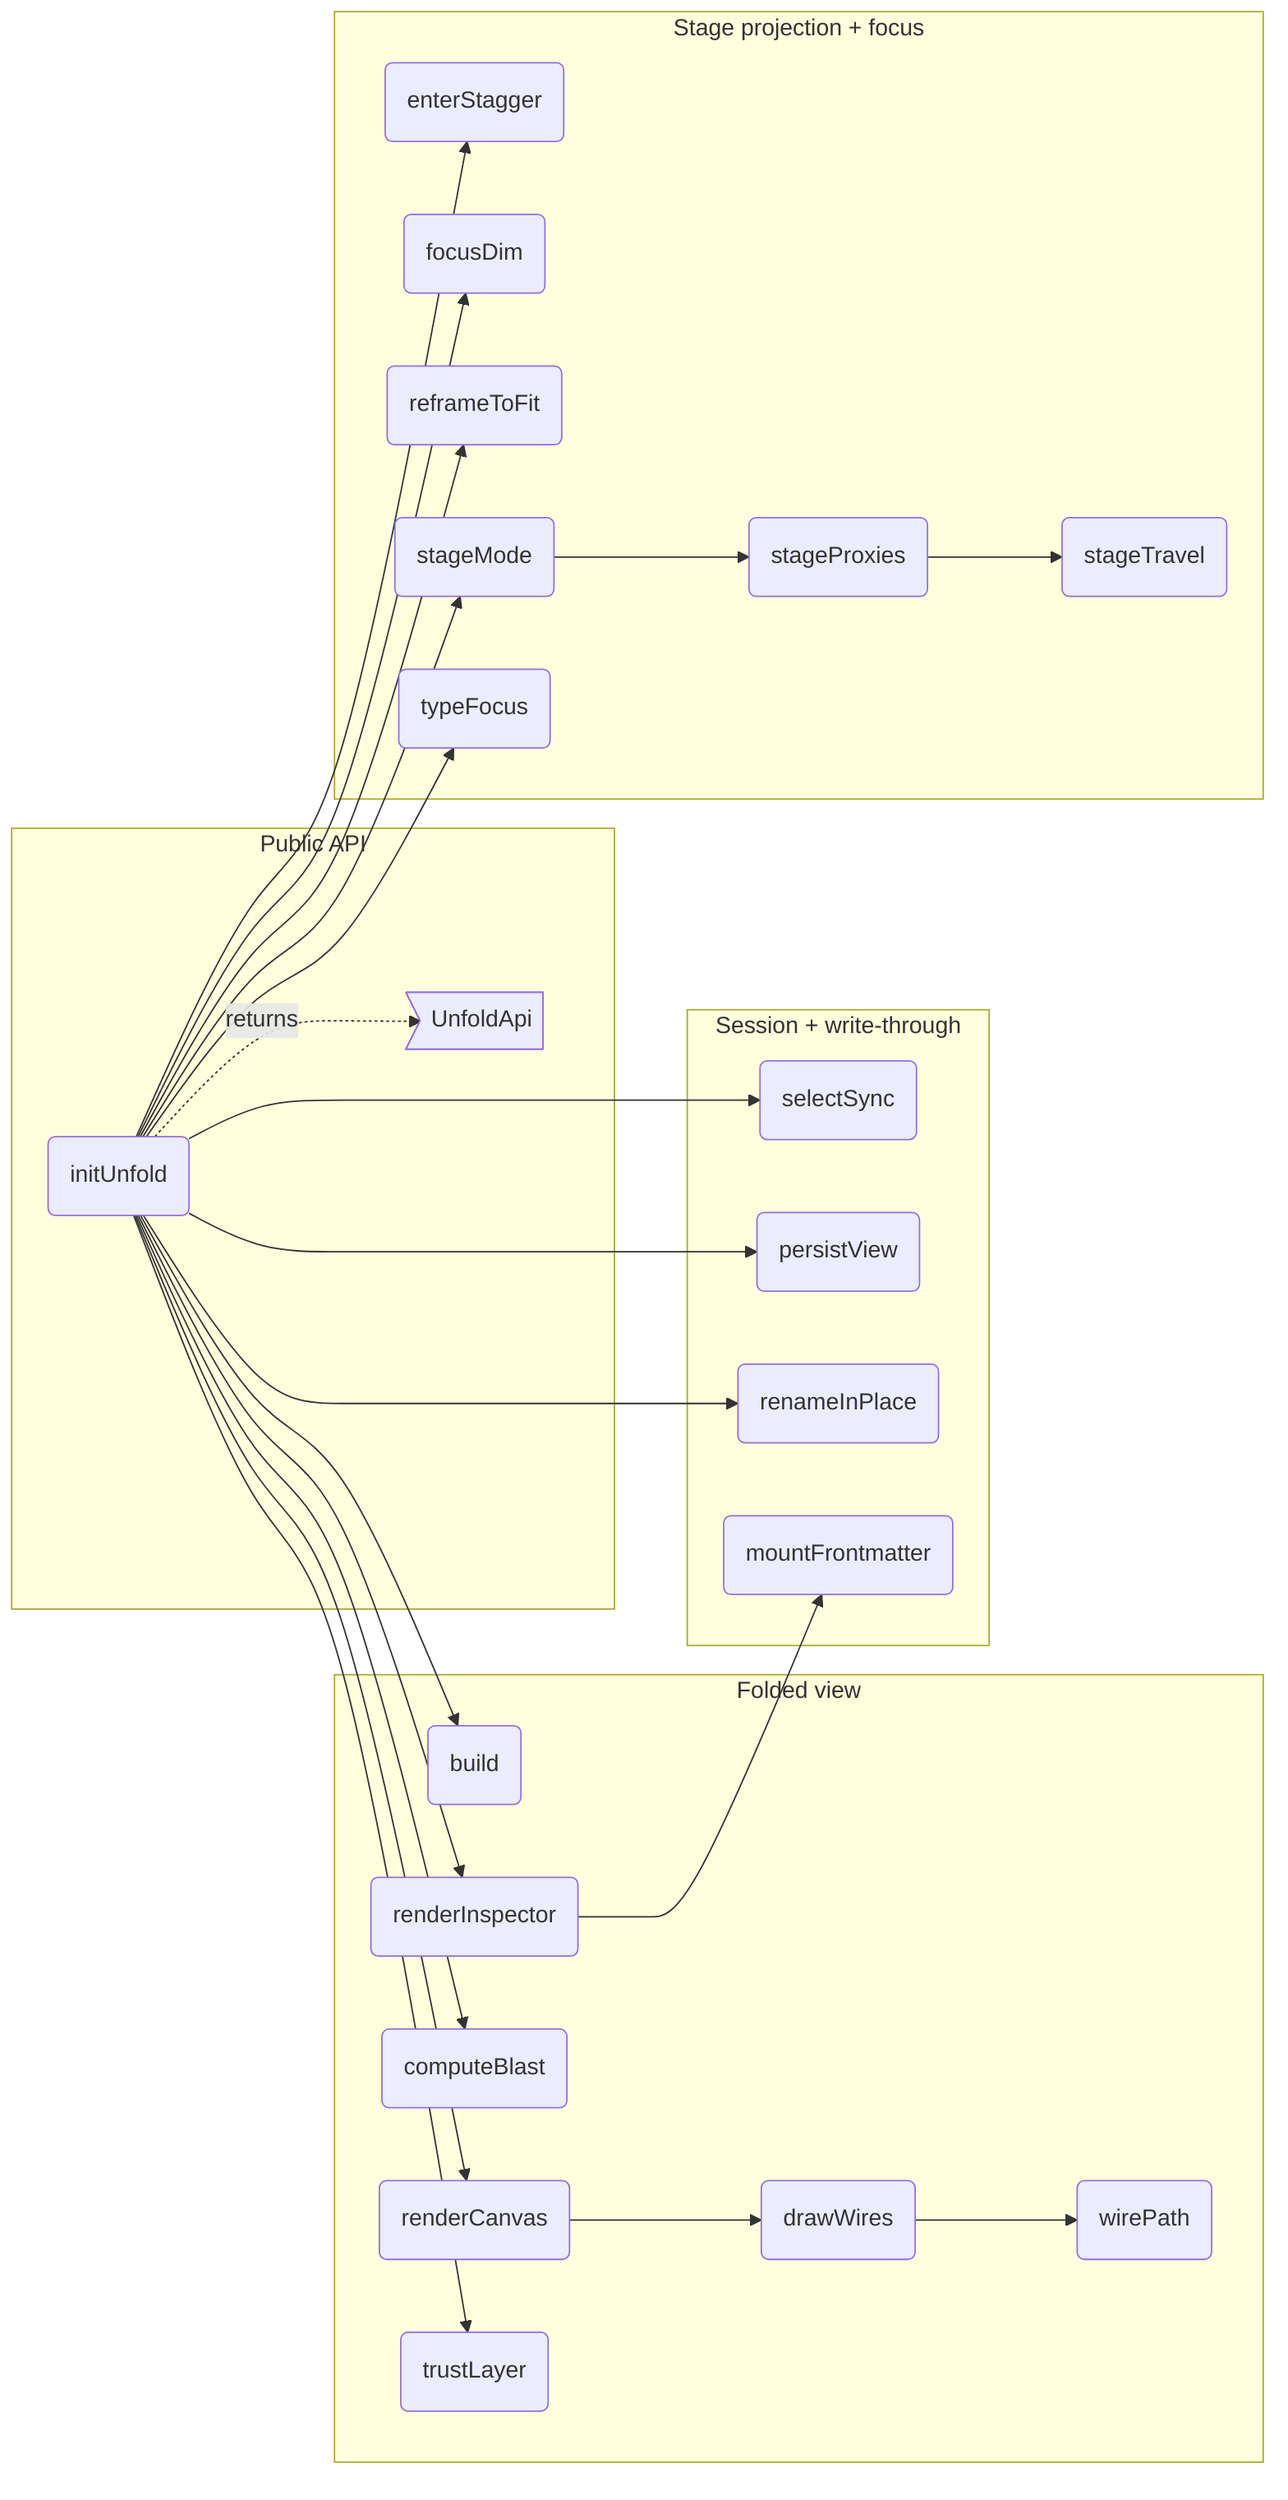
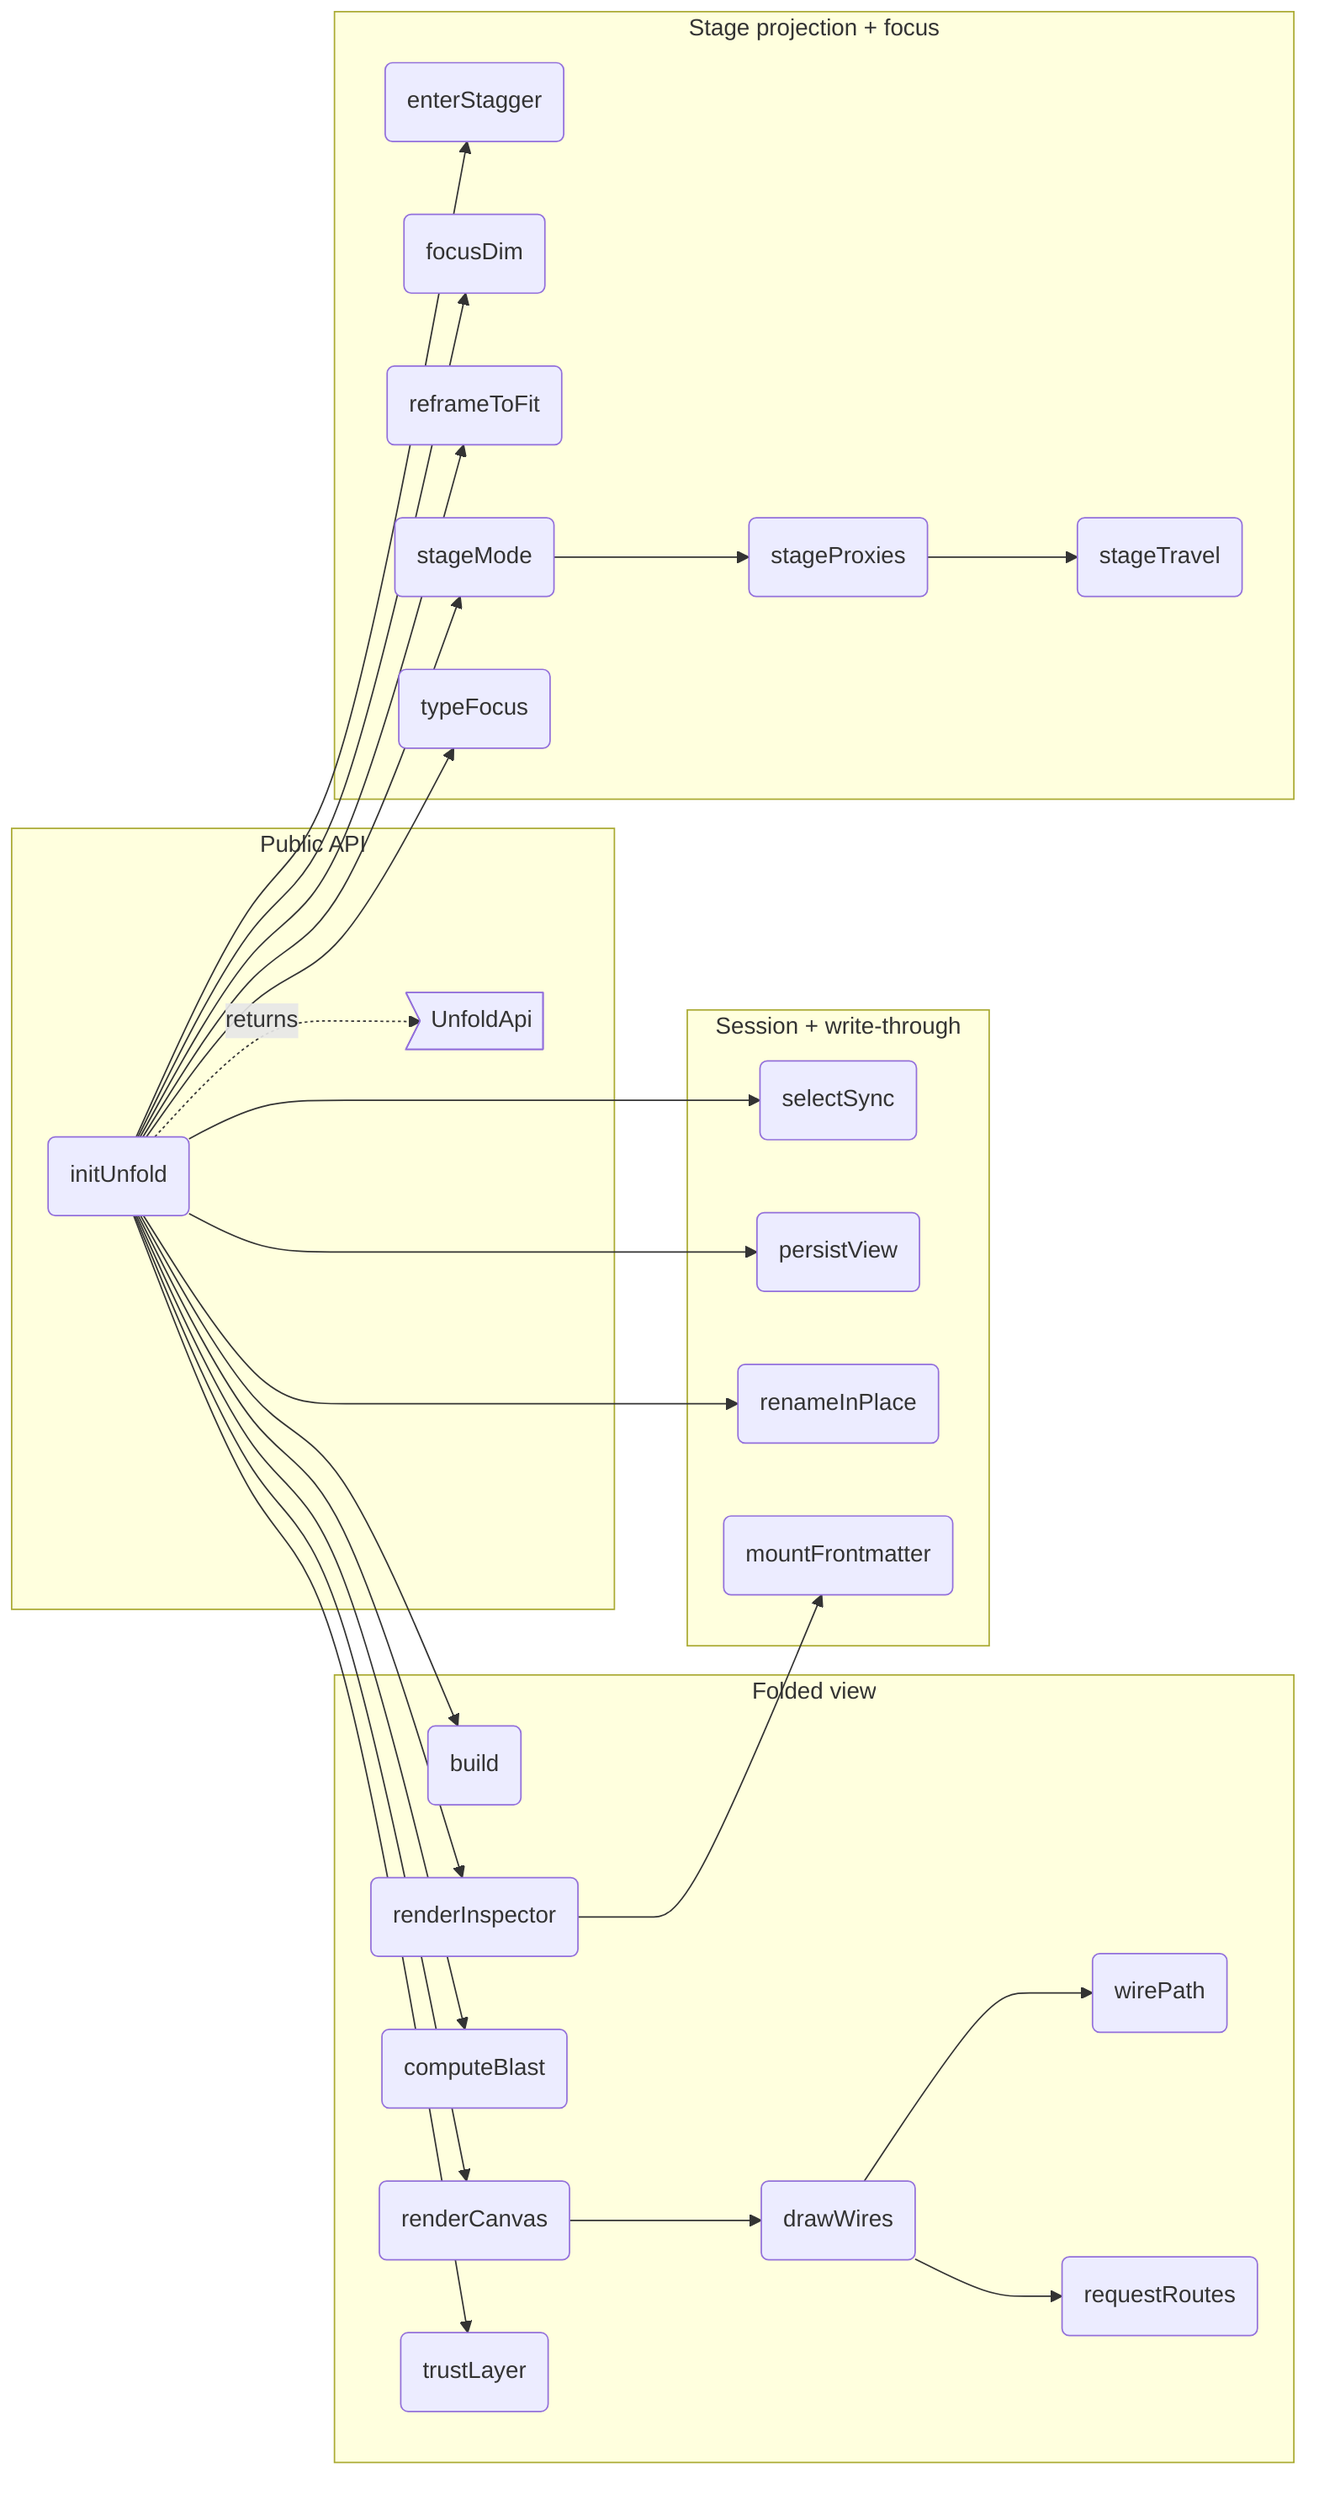
flowchart LR
%% root unfold

%% src UnfoldApi src/panel/unfold.ts#UnfoldApi
%% kind UnfoldApi type
%% fm:meta UnfoldApi name=UnfoldApi
%% fm:meta UnfoldApi desc=public surface: open, close, toggle

%% src initUnfold src/panel/unfold.ts#initUnfold
%% kind initUnfold function
%% fm:meta initUnfold name=initUnfold
%% fm:meta initUnfold desc=build the reading-mode overlay (own DOM + own CSS, the planner isolation pattern) bound to ctx; reads ctx.state + ctx.bodies, writes only through the shared hooks path
%% fm:meta initUnfold i0.name=initUnfold
%% fm:meta initUnfold i0.accepts=ctx: AppContext
%% fm:meta initUnfold i0.accepts=deps: { selection: SelectionApi; camera: CameraApi }
%% fm:meta initUnfold i0.returns=UnfoldApi

%% src ufBuild src/panel/unfold.ts#build
%% kind ufBuild function
%% fm:meta ufBuild name=build
%% fm:meta ufBuild desc=derive the folded units from ctx.state on every open: live parent wins, else the flowmap mod__rest drill convention; de-dup edges, fan-in
%% fm:meta ufBuild i0.name=build
%% fm:meta ufBuild i0.returns=void

%% src ufRenderCanvas src/panel/unfold.ts#renderCanvas
%% kind ufRenderCanvas function
%% fm:meta ufRenderCanvas name=renderCanvas
%% fm:meta ufRenderCanvas desc=render the containment roots as nested flex cards/groups; only expanded containers show their children
%% fm:meta ufRenderCanvas i0.name=renderCanvas
%% fm:meta ufRenderCanvas i0.returns=void

%% src ufDrawWires src/panel/unfold.ts#drawWires
%% kind ufDrawWires function
%% fm:meta ufDrawWires name=drawWires
%% fm:meta ufDrawWires desc=orthogonal wires aggregated to the visible representatives, gated by the calls/deps layers, painted above the group surfaces
%% fm:meta ufDrawWires i0.name=drawWires
%% fm:meta ufDrawWires i0.returns=void

%% src ufComputeBlast src/panel/unfold.ts#computeBlast
%% kind ufComputeBlast function
%% fm:meta ufComputeBlast name=computeBlast
%% fm:meta ufComputeBlast desc=reverse-BFS the transitive dependents of the selection and map them to visible cards with min hop distance
%% fm:meta ufComputeBlast i0.name=computeBlast
%% fm:meta ufComputeBlast i0.returns=void

%% src ufRenderInspector src/panel/unfold.ts#renderInspector
%% kind ufRenderInspector function
%% fm:meta ufRenderInspector name=renderInspector
%% fm:meta ufRenderInspector desc=empty until selection; then kind, crumbs, desc, interfaces, blast count, connections, and the real source body from ctx.bodies
%% fm:meta ufRenderInspector i0.name=renderInspector
%% fm:meta ufRenderInspector i0.returns=void

%% src ufEnterStagger src/panel/unfold.ts#enterStagger
%% kind ufEnterStagger function
%% fm:meta ufEnterStagger name=enterStagger
%% fm:meta ufEnterStagger desc=staggered fade-up entrance for newly-revealed cards (~55ms stagger, ~650ms expo ease); wires draw themselves in only after their cards land
%% fm:meta ufEnterStagger i0.name=enterStagger
%% fm:meta ufEnterStagger i0.returns=void

%% src ufFocusDim src/panel/unfold.ts#focusDim
%% kind ufFocusDim function
%% fm:meta ufFocusDim name=focusDim
%% fm:meta ufFocusDim desc=focus illumination without rebuild: selection glows, 1-hop neighbours stay lit, its wires carry the flow animation, everything else dims
%% fm:meta ufFocusDim i0.name=focusDim
%% fm:meta ufFocusDim i0.returns=void

%% src ufReframe src/panel/unfold.ts#reframeToFit
%% kind ufReframe function
%% fm:meta ufReframe name=reframeToFit
%% fm:meta ufReframe desc=after every structural change the world transform-scales so all visible content fits, animated ~900ms expo ease — the canvas breathes instead of demanding travel
%% fm:meta ufReframe i0.name=reframeToFit
%% fm:meta ufReframe i0.returns=void

%% src ufStageMode src/panel/unfold.ts#stageMode
%% kind ufStageMode function
%% fm:meta ufStageMode name=stageMode
%% fm:meta ufStageMode desc=second projection of the same graph: the focused group renders center-stage at readable size while the explore world blurs and fades behind; exit restores explore state exactly
%% fm:meta ufStageMode i0.name=stageMode
%% fm:meta ufStageMode i0.accepts=gid: string | null
%% fm:meta ufStageMode i0.returns=void

%% src ufProxies src/panel/unfold.ts#stageProxies
%% kind ufProxies function
%% fm:meta ufProxies name=stageProxies
%% fm:meta ufProxies desc=external edges aggregate per target container into pill proxies on a ring; each pill's angle is the TRUE angle between group centroids in ctx.state positions
%% fm:meta ufProxies i0.name=stageProxies
%% fm:meta ufProxies i0.returns=void

%% src ufTravel src/panel/unfold.ts#stageTravel
%% kind ufTravel function
%% fm:meta ufTravel name=stageTravel
%% fm:meta ufTravel desc=peek then travel: the target group slides onto stage FROM its direction; the origin becomes a reciprocal-direction proxy automatically since both derive from the same centroids
%% fm:meta ufTravel i0.name=stageTravel
%% fm:meta ufTravel i0.accepts=target: string
%% fm:meta ufTravel i0.accepts=fromAngle: number
%% fm:meta ufTravel i0.returns=void

%% src ufTypeFocus src/panel/unfold.ts#typeFocus
%% kind ufTypeFocus function
%% fm:meta ufTypeFocus name=typeFocus
%% fm:meta ufTypeFocus desc=click a type in a frontmatter card and every module whose interface carries that type lights across the surface; the inspector lists the carriers, derived from ctx.state
%% fm:meta ufTypeFocus i0.name=typeFocus
%% fm:meta ufTypeFocus i0.accepts=t: string | null
%% fm:meta ufTypeFocus i0.returns=void

%% src ufSelectSync src/panel/unfold.ts#selectSync
%% kind ufSelectSync function
%% fm:meta ufSelectSync name=selectSync
%% fm:meta ufSelectSync desc=selection survives the mode boundary: seed SEL from the editor selection on open; hand the reading selection back (selectOnly + zoomToNode via deps) on close — no new state, one shared selection
%% fm:meta ufSelectSync i0.name=selectSync
%% fm:meta ufSelectSync i0.accepts=dir: 'open' | 'close'
%% fm:meta ufSelectSync i0.returns=void

%% src ufPersistView src/panel/unfold.ts#persistView
%% kind ufPersistView function
%% fm:meta ufPersistView name=persistView
%% fm:meta ufPersistView desc=the reading session (expanded/hidden/layers) persists per diagram — sorted containment roots as identity — restored on open; a never-read diagram still arrives fully folded, all layers off
%% fm:meta ufPersistView i0.name=persistView
%% fm:meta ufPersistView i0.accepts=dir: 'save' | 'load'
%% fm:meta ufPersistView i0.returns=void

%% src ufTrustLayer src/panel/unfold.ts#trustLayer
%% kind ufTrustLayer function
%% fm:meta ufTrustLayer name=trustLayer
%% fm:meta ufTrustLayer desc=trust layer with an OPTIONAL advisory source: same-origin edge-advisory-allowlist.txt when present, a Load button otherwise; absent source = layer disabled, never wrong — advisory edges dash amber, advisory descs are marked
%% fm:meta ufTrustLayer i0.name=trustLayer
%% fm:meta ufTrustLayer i0.returns=void

%% src ufWirePath src/panel/unfold.ts#wirePath
%% kind ufWirePath function
%% fm:meta ufWirePath name=wirePath
%% fm:meta ufWirePath desc=one wire geometry, not two: reading-mode wires from the app's real port-side geometry (core/state portPos + bestSides) and the render/wires elbow path — replaces the local orthoPath
%% fm:meta ufWirePath i0.name=wirePath
%% fm:meta ufWirePath i0.accepts=a: Box
%% fm:meta ufWirePath i0.accepts=b: Box
%% fm:meta ufWirePath i0.returns=string

+ %% src ufRequestRoutes src/panel/unfold.ts#requestRoutes
+ %% kind ufRequestRoutes function
+ %% fm:meta ufRequestRoutes name=requestRoutes
+ %% fm:meta ufRequestRoutes desc=obstacle-avoided wire routes for reading mode via the shared libavoid worker (render/avoidRouter routeGraph): elbows paint first, routed polylines upgrade them when the reply lands; a layout signature drops stale replies
+ %% fm:meta ufRequestRoutes i0.name=requestRoutes
+ %% fm:meta ufRequestRoutes i0.accepts=pos: Record<string, Box>
+ %% fm:meta ufRequestRoutes i0.accepts=pairs: { a: string; b: string }[]
+ %% fm:meta ufRequestRoutes i0.returns=void
+ 
%% src ufRenameInPlace src/panel/unfold.ts#renameInPlace
%% kind ufRenameInPlace function
%% fm:meta ufRenameInPlace name=renameInPlace
%% fm:meta ufRenameInPlace desc=inline rename on the selected card (Enter / double-click on selected), writing through the existing model path — mutate ctx.state then hooks render + sync + pushHistory + persist, never a private write path
%% fm:meta ufRenameInPlace i0.name=renameInPlace
%% fm:meta ufRenameInPlace i0.accepts=id: string
%% fm:meta ufRenameInPlace i0.returns=void

%% src ufMountFrontmatter src/panel/unfold.ts#mountFrontmatter
%% kind ufMountFrontmatter function
%% fm:meta ufMountFrontmatter name=mountFrontmatter
%% fm:meta ufMountFrontmatter desc=mount the app's frontmatter editor (panel/inspector-frontmatter) for the selected node inside the reading inspector — the same hooks write path as renameInPlace; commits re-derive the folded view
%% fm:meta ufMountFrontmatter i0.name=mountFrontmatter
%% fm:meta ufMountFrontmatter i0.accepts=host: HTMLElement
%% fm:meta ufMountFrontmatter i0.accepts=id: string
%% fm:meta ufMountFrontmatter i0.returns=void

%% parent uf_api unfold
%% parent uf_view unfold
%% parent uf_stage unfold
%% parent uf_session unfold

  subgraph uf_api ["Public API"]
    initUnfold("initUnfold")
    UnfoldApi>"UnfoldApi"]
  end
  subgraph uf_view ["Folded view"]
    ufBuild("build")
    ufRenderCanvas("renderCanvas")
    ufDrawWires("drawWires")
    ufWirePath("wirePath")
+     ufRequestRoutes("requestRoutes")
    ufComputeBlast("computeBlast")
    ufRenderInspector("renderInspector")
    ufTrustLayer("trustLayer")
  end
  subgraph uf_session ["Session + write-through"]
    ufSelectSync("selectSync")
    ufPersistView("persistView")
    ufRenameInPlace("renameInPlace")
    ufMountFrontmatter("mountFrontmatter")
  end
  subgraph uf_stage ["Stage projection + focus"]
    ufEnterStagger("enterStagger")
    ufFocusDim("focusDim")
    ufReframe("reframeToFit")
    ufStageMode("stageMode")
    ufProxies("stageProxies")
    ufTravel("stageTravel")
    ufTypeFocus("typeFocus")
  end

  initUnfold -.->|returns| UnfoldApi
  initUnfold --> ufBuild
  initUnfold --> ufRenderCanvas
  ufRenderCanvas --> ufDrawWires
  ufDrawWires --> ufWirePath
+   ufDrawWires --> ufRequestRoutes
  initUnfold --> ufComputeBlast
  initUnfold --> ufRenderInspector
  initUnfold --> ufTrustLayer
  initUnfold --> ufSelectSync
  initUnfold --> ufPersistView
  initUnfold --> ufRenameInPlace
  ufRenderInspector --> ufMountFrontmatter
  initUnfold --> ufEnterStagger
  initUnfold --> ufFocusDim
  initUnfold --> ufReframe
  initUnfold --> ufTypeFocus
  initUnfold --> ufStageMode
  ufStageMode --> ufProxies
  ufProxies --> ufTravel
